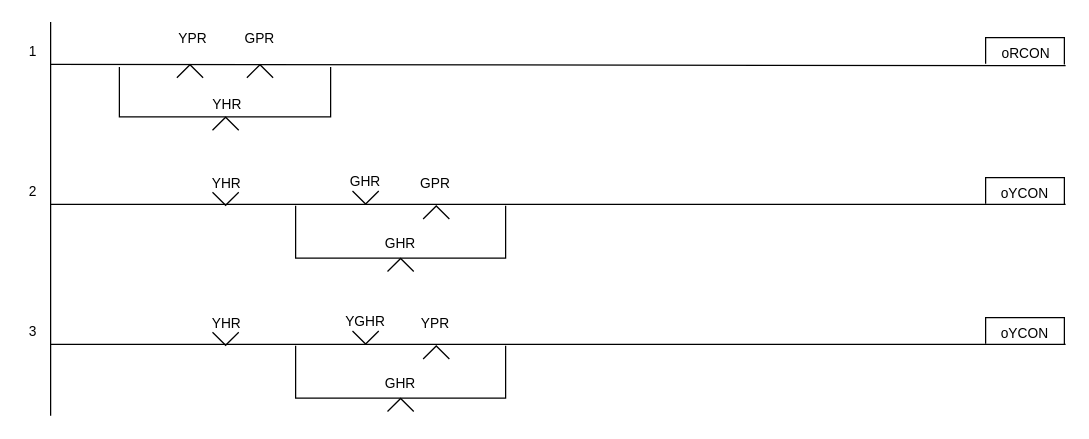
This is page "34현시-신호현시로직" (2 of 8) of Signal/3Display-Signal-Control-Logic.drawio from chillin2/MyDraw.io, a draw.io file, before an edit. Source tidied: cells renumbered, new cells numbered last; positions are measured from the earlier drawing's top-left corner, leaving out a move shared by most shapes. Both pictures are drawn from the tidied source at 125%, with x=0, y=0 at pixel (21, 21).
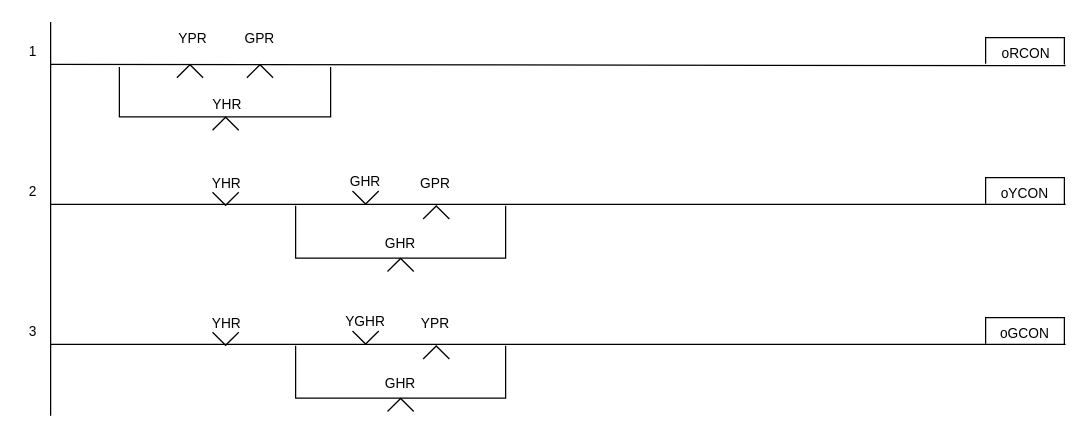
The same page after the edit.

Diff of the diagram source:
```diff
@@
-    <mxCell id="28" value="oYCON" style="text;html=1;strokeColor=none;fillColor=none;align=center;verticalAlign=middle;whiteSpace=wrap;rounded=0;fontFamily=Helvetica;fontSize=11;fontColor=default;" parent="1" vertex="1">
+    <mxCell id="28" value="oGCON" style="text;html=1;strokeColor=none;fillColor=none;align=center;verticalAlign=middle;whiteSpace=wrap;rounded=0;fontFamily=Helvetica;fontSize=11;fontColor=default;" parent="1" vertex="1">
       <mxGeometry x="779" y="239" width="47" height="20" as="geometry" />
     </mxCell>
```
